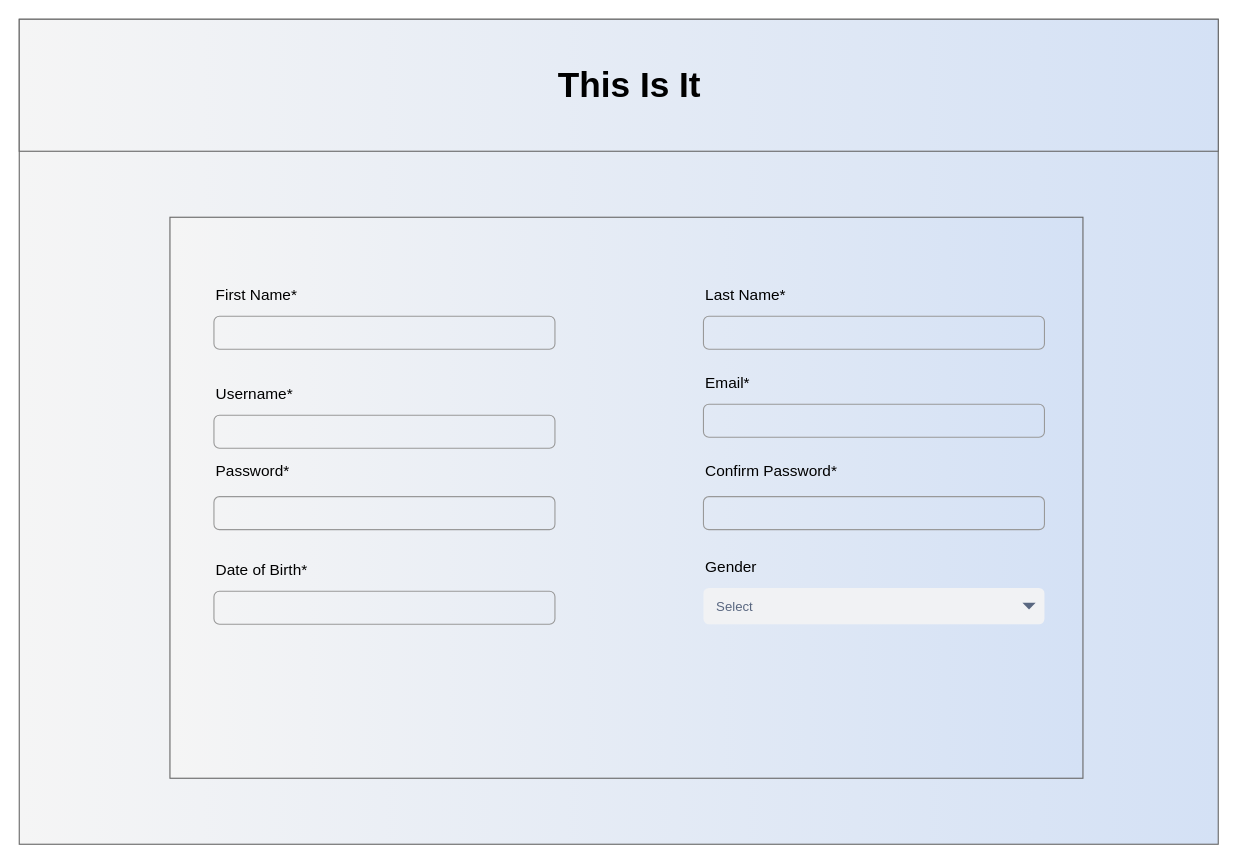
Before: page "Registration" (4 of 6) of Documents/Storyboard/Storyboard.drawio in EvanWard29/COMP3006-NewsletterService, a draw.io diagram. Source tidied: cells renumbered, new cells numbered last; positions are measured from the earlier drawing's top-left corner, leaving out a move shared by most shapes. Both pictures are drawn from the tidied source at 110%, with x=0, y=0 at pixel (19, 19).
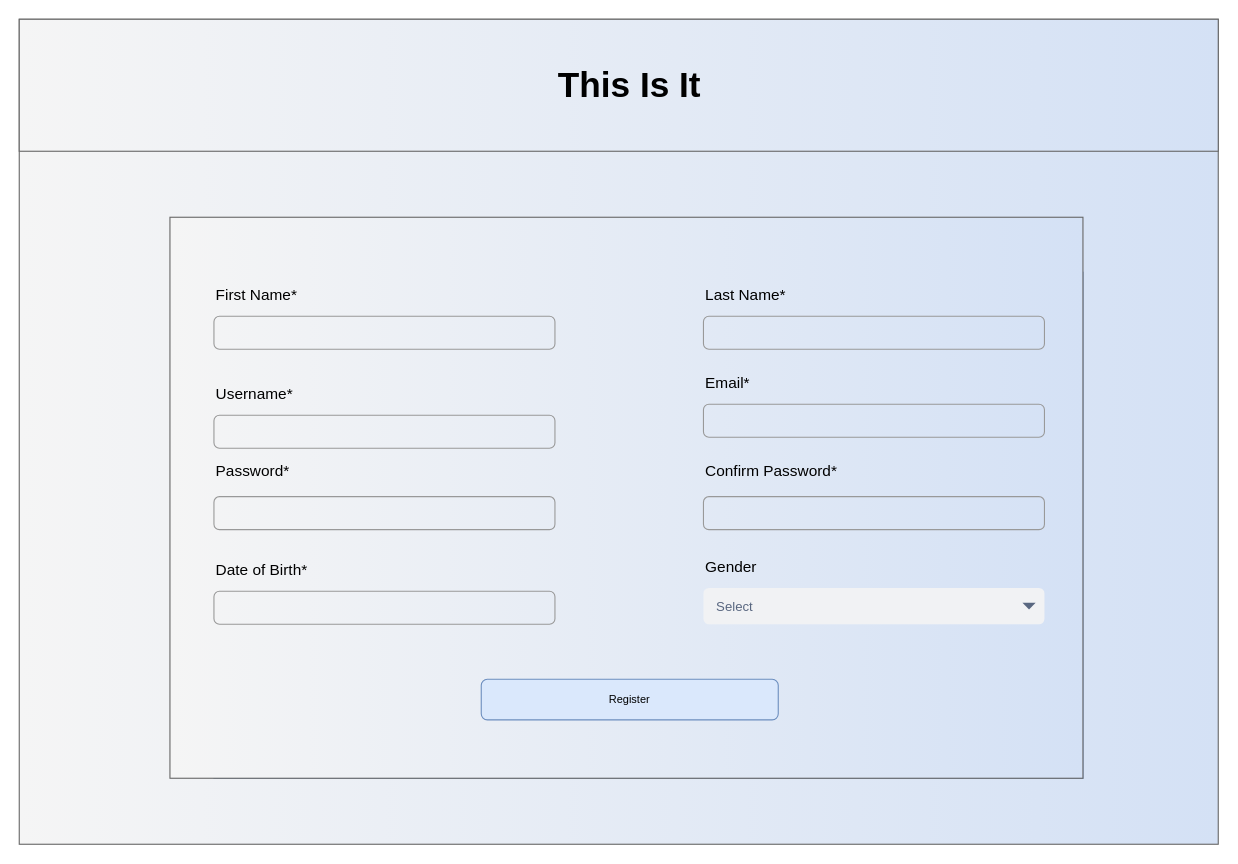
Above is the later version.

The edit, as a diff of the source:
```diff
@@
-    <mxCell id="5" style="group;" parent="1" vertex="1">
+    <mxCell id="5" style="group;fillColor=#dae8fc;strokeColor=#6c8ebf;" parent="1" vertex="1">
       <mxGeometry x="177" y="230" width="790" height="460" as="geometry" />
     </mxCell>
@@
+    <mxCell id="24" value="Register" style="rounded=1;html=1;shadow=0;dashed=0;whiteSpace=wrap;fontSize=10;fillColor=#dae8fc;align=center;strokeColor=#6c8ebf;" parent="5" vertex="1">
+      <mxGeometry x="243" y="370" width="270" height="36.9" as="geometry" />
+    </mxCell>
```
